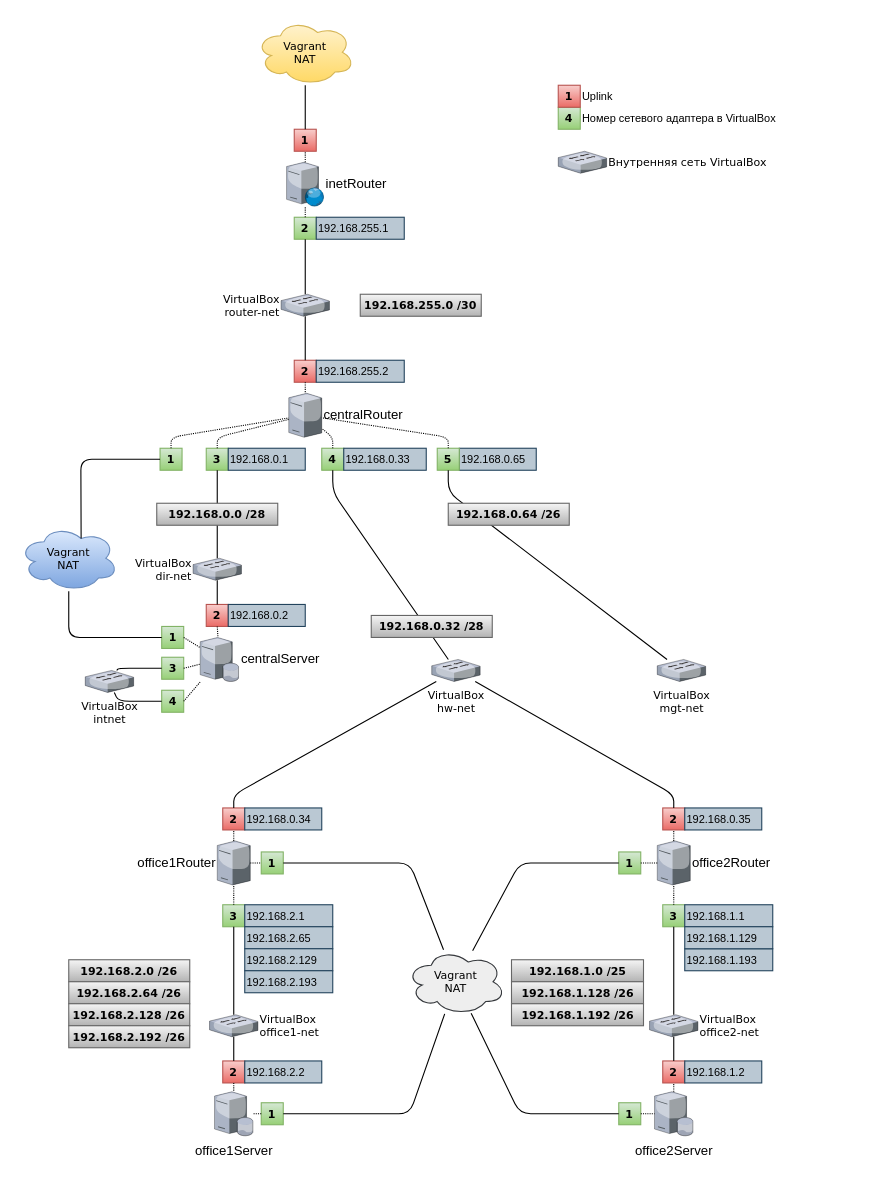
This is tasks/18/schemes/scheme.drawio from che-a/otus-pro-linux-admin, a draw.io file, before an edit. Source tidied: cells renumbered, new cells numbered last; positions are measured from the earlier drawing's top-left corner, leaving out a move shared by most shapes. Both pictures are drawn from the tidied source at 110%, with x=0, y=0 at pixel (19, 19).
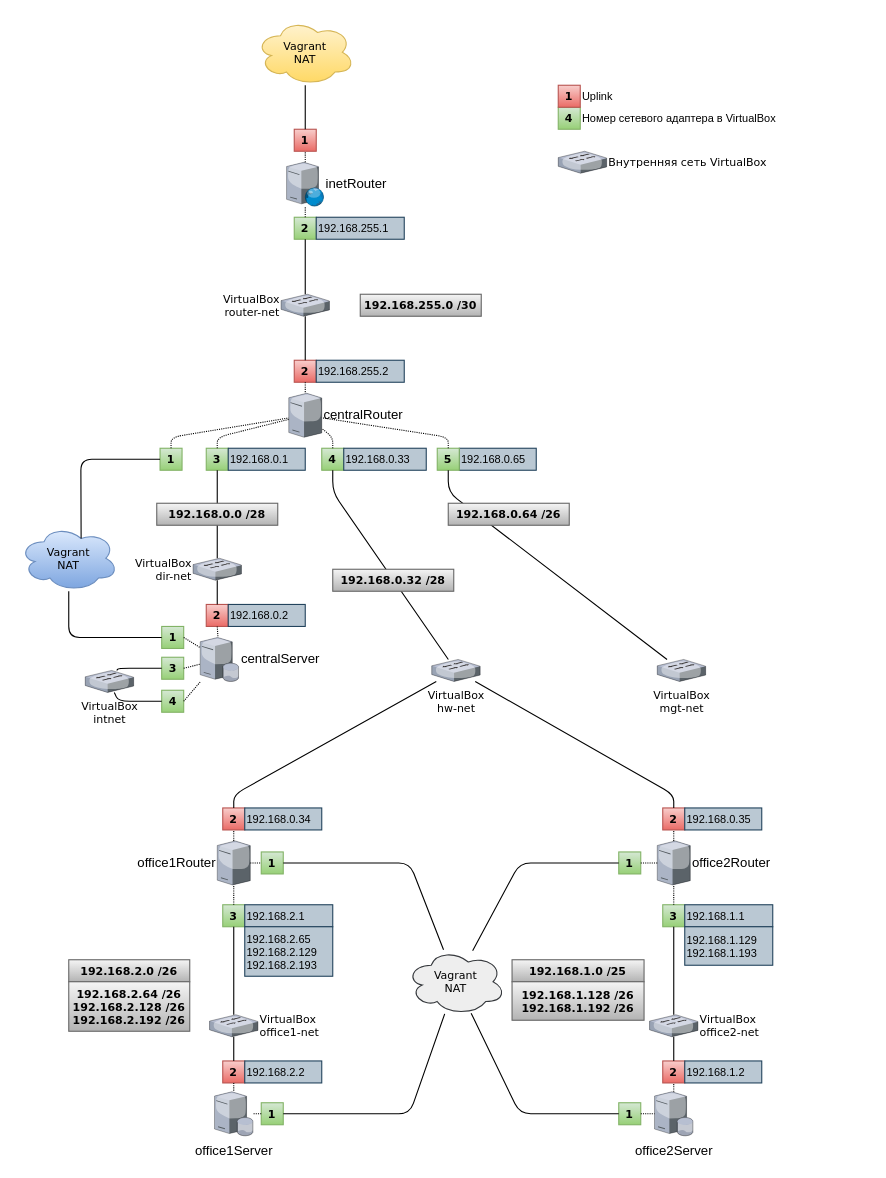
Above is the later version.

Diff of the diagram source:
```diff
@@
-    <mxCell id="79" value="192.168.2.64 /26" style="rounded=0;whiteSpace=wrap;html=1;fontFamily=Verdana;fontSize=10;fillColor=#f5f5f5;strokeColor=#666666;fontStyle=1;gradientColor=#b3b3b3;" parent="1" vertex="1">
-      <mxGeometry x="45" y="875" width="110" height="20" as="geometry" />
+    <mxCell id="79" value="&lt;div&gt;192.168.2.64 /26&lt;/div&gt;&lt;div&gt;192.168.2.128 /26&lt;/div&gt;&lt;div&gt;192.168.2.192 /26&lt;/div&gt;" style="rounded=0;whiteSpace=wrap;html=1;fontFamily=Verdana;fontSize=10;fillColor=#f5f5f5;strokeColor=#666666;fontStyle=1;gradientColor=#b3b3b3;align=center;" parent="1" vertex="1">
+      <mxGeometry x="45" y="875" width="110" height="45" as="geometry" />
     </mxCell>
-    <mxCell id="80" value="192.168.2.128 /26" style="rounded=0;whiteSpace=wrap;html=1;fontFamily=Verdana;fontSize=10;fillColor=#f5f5f5;strokeColor=#666666;fontStyle=1;gradientColor=#b3b3b3;" parent="1" vertex="1">
-      <mxGeometry x="45" y="895" width="110" height="20" as="geometry" />
-    </mxCell>
     <mxCell id="81" value="192.168.1.0 /25" style="rounded=0;whiteSpace=wrap;html=1;fontFamily=Verdana;fontSize=10;fillColor=#f5f5f5;strokeColor=#666666;fontStyle=1;align=center;gradientColor=#b3b3b3;" parent="1" vertex="1">
-      <mxGeometry x="447.5" y="855" width="120" height="20" as="geometry" />
+      <mxGeometry x="448" y="855" width="120" height="20" as="geometry" />
     </mxCell>
-    <mxCell id="82" value="192.168.1.128 /26" style="rounded=0;whiteSpace=wrap;html=1;fontFamily=Verdana;fontSize=10;fillColor=#f5f5f5;strokeColor=#666666;fontStyle=1;gradientColor=#b3b3b3;" parent="1" vertex="1">
-      <mxGeometry x="447.5" y="875" width="120" height="20" as="geometry" />
+    <mxCell id="82" value="&lt;div&gt;192.168.1.128 /26&lt;/div&gt;&lt;div&gt;192.168.1.192 /26&lt;/div&gt;" style="rounded=0;whiteSpace=wrap;html=1;fontFamily=Verdana;fontSize=10;fillColor=#f5f5f5;strokeColor=#666666;fontStyle=1;gradientColor=#b3b3b3;" parent="1" vertex="1">
+      <mxGeometry x="448" y="875" width="120" height="35" as="geometry" />
     </mxCell>
-    <mxCell id="83" value="192.168.1.192 /26" style="rounded=0;whiteSpace=wrap;html=1;fontFamily=Verdana;fontSize=10;fillColor=#f5f5f5;strokeColor=#666666;fontStyle=1;gradientColor=#b3b3b3;" parent="1" vertex="1">
-      <mxGeometry x="447.5" y="895" width="120" height="20" as="geometry" />
-    </mxCell>
-    <mxCell id="84" value="192.168.2.192 /26" style="rounded=0;whiteSpace=wrap;html=1;fontFamily=Verdana;fontSize=10;fillColor=#f5f5f5;strokeColor=#666666;fontStyle=1;gradientColor=#b3b3b3;" parent="1" vertex="1">
-      <mxGeometry x="45" y="915" width="110" height="20" as="geometry" />
-    </mxCell>
@@
-    <mxCell id="104" value="192.168.1.193" style="text;html=1;strokeColor=#23445d;fillColor=#bac8d3;align=left;verticalAlign=middle;whiteSpace=wrap;rounded=0;fontSize=10;labelBackgroundColor=none;" parent="1" vertex="1">
-      <mxGeometry x="605" y="845" width="80" height="20" as="geometry" />
-    </mxCell>
-    <mxCell id="105" value="192.168.1.129" style="text;html=1;strokeColor=#23445d;fillColor=#bac8d3;align=left;verticalAlign=middle;whiteSpace=wrap;rounded=0;fontSize=10;labelBackgroundColor=none;" parent="1" vertex="1">
-      <mxGeometry x="605" y="825" width="80" height="20" as="geometry" />
+    <mxCell id="105" value="&lt;div&gt;192.168.1.129&lt;/div&gt;&lt;div&gt;192.168.1.193&lt;/div&gt;" style="text;html=1;strokeColor=#23445d;fillColor=#bac8d3;align=left;verticalAlign=middle;whiteSpace=wrap;rounded=0;fontSize=10;labelBackgroundColor=none;" parent="1" vertex="1">
+      <mxGeometry x="605" y="825" width="80" height="35" as="geometry" />
     </mxCell>
-    <mxCell id="106" value="192.168.2.65" style="text;html=1;strokeColor=#23445d;fillColor=#bac8d3;align=left;verticalAlign=middle;whiteSpace=wrap;rounded=0;fontSize=10;labelBackgroundColor=none;" parent="1" vertex="1">
-      <mxGeometry x="205" y="825" width="80" height="20" as="geometry" />
+    <mxCell id="106" value="&lt;div&gt;192.168.2.65&lt;/div&gt;&lt;div&gt;192.168.2.129&lt;/div&gt;&lt;div&gt;192.168.2.193&lt;/div&gt;" style="text;html=1;strokeColor=#23445d;fillColor=#bac8d3;align=left;verticalAlign=middle;whiteSpace=wrap;rounded=0;fontSize=10;labelBackgroundColor=none;" parent="1" vertex="1">
+      <mxGeometry x="205" y="825" width="80" height="45" as="geometry" />
     </mxCell>
-    <mxCell id="107" value="192.168.2.129" style="text;html=1;strokeColor=#23445d;fillColor=#bac8d3;align=left;verticalAlign=middle;whiteSpace=wrap;rounded=0;fontSize=10;labelBackgroundColor=none;" parent="1" vertex="1">
-      <mxGeometry x="205" y="845" width="80" height="20" as="geometry" />
-    </mxCell>
-    <mxCell id="108" value="192.168.2.193" style="text;html=1;strokeColor=#23445d;fillColor=#bac8d3;align=left;verticalAlign=middle;whiteSpace=wrap;rounded=0;fontSize=10;labelBackgroundColor=none;" parent="1" vertex="1">
-      <mxGeometry x="205" y="865" width="80" height="20" as="geometry" />
-    </mxCell>
@@
     <mxCell id="111" value="192.168.0.32 /28" style="rounded=0;whiteSpace=wrap;html=1;fontFamily=Verdana;fontSize=10;fillColor=#f5f5f5;strokeColor=#666666;fontStyle=1;align=center;gradientColor=#b3b3b3;" parent="1" vertex="1">
-      <mxGeometry x="320" y="542" width="110" height="20" as="geometry" />
+      <mxGeometry x="285" y="500" width="110" height="20" as="geometry" />
     </mxCell>
```
